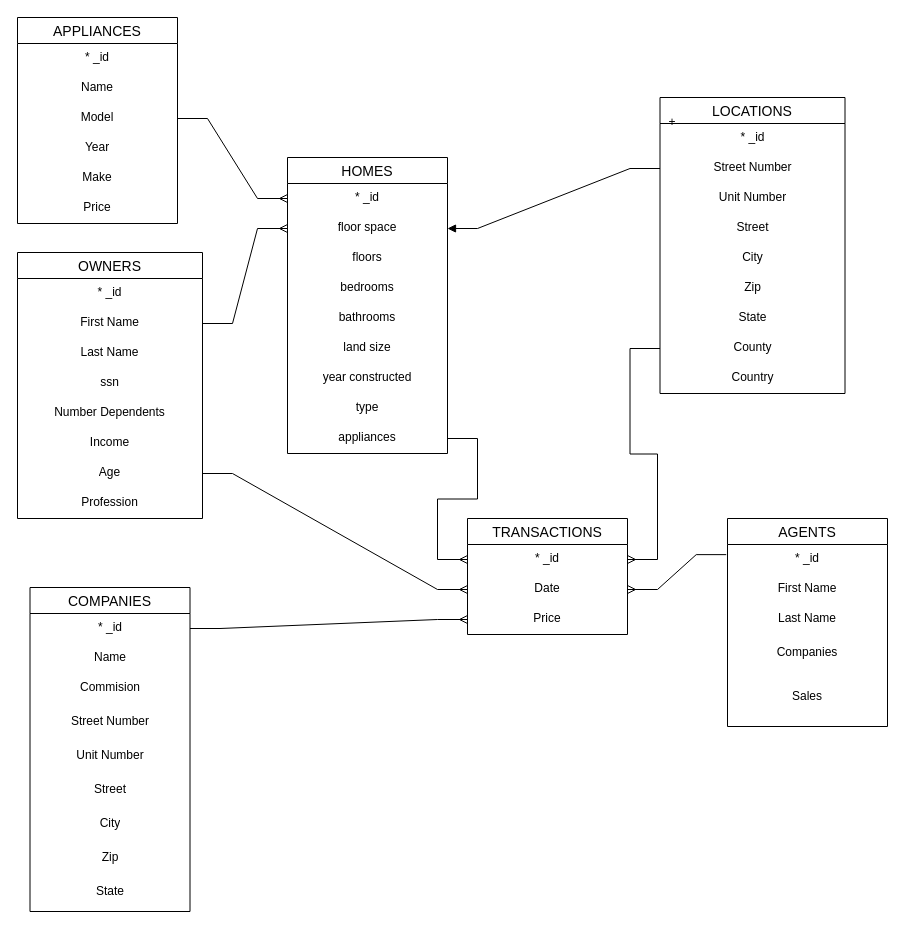
Above: doc/graph.drawio in jaredt17/Project-CSI5450 (draw.io), before the change. Source tidied: cells renumbered, new cells numbered last; positions are measured from the earlier drawing's top-left corner, leaving out a move shared by most shapes. Both pictures are drawn from the tidied source at 100%, with x=0, y=0 at pixel (17, 17).
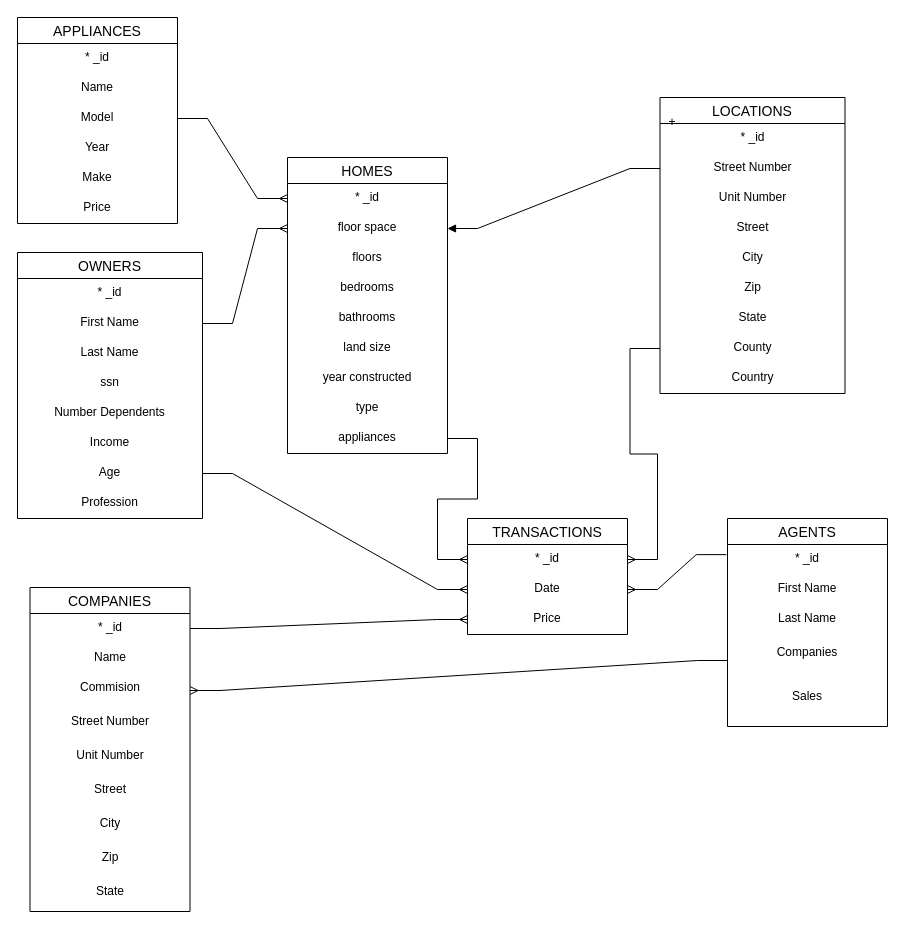
The same page after the edit.

The change refers to these unchanged cells:
```xml
<mxCell id="35" value="Companies" style="text;strokeColor=none;fillColor=none;spacingLeft=4;spacingRight=4;overflow=hidden;points=[[0,0.5],[1,0.5]];portConstraint=eastwest;fontSize=12;whiteSpace=wrap;html=1;align=center;" parent="31" vertex="1">
  <mxGeometry y="120" width="160" height="44" as="geometry" />
</mxCell>
<mxCell id="53" value="Commision" style="text;strokeColor=none;fillColor=none;spacingLeft=4;spacingRight=4;overflow=hidden;points=[[0,0.5],[1,0.5]];portConstraint=eastwest;fontSize=12;whiteSpace=wrap;html=1;align=center;" parent="50" vertex="1">
  <mxGeometry y="86" width="160" height="34" as="geometry" />
</mxCell>
```

Change to the diagram source:
```diff
@@
+    <mxCell id="67" style="edgeStyle=entityRelationEdgeStyle;fontSize=12;html=1;endArrow=ERmany;rounded=0;exitX=0;exitY=0.5;exitDx=0;exitDy=0;entryX=1;entryY=0.5;entryDx=0;entryDy=0;endFill=0;" parent="1" edge="1" source="35" target="53">
+      <mxGeometry relative="1" as="geometry" />
+    </mxCell>
```
